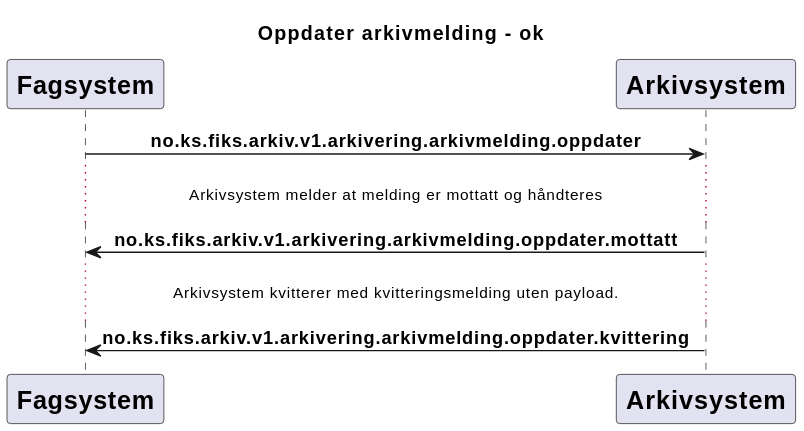
Above: Dokumentasjon/V1/Meldinger/no.ks.fiks.arkiv.v1.arkivering.arkivmelding.oppdater/arkivmelding-oppdater-ok.svg in ks-no/fiks-arkiv-specification (PlantUML), before the change.
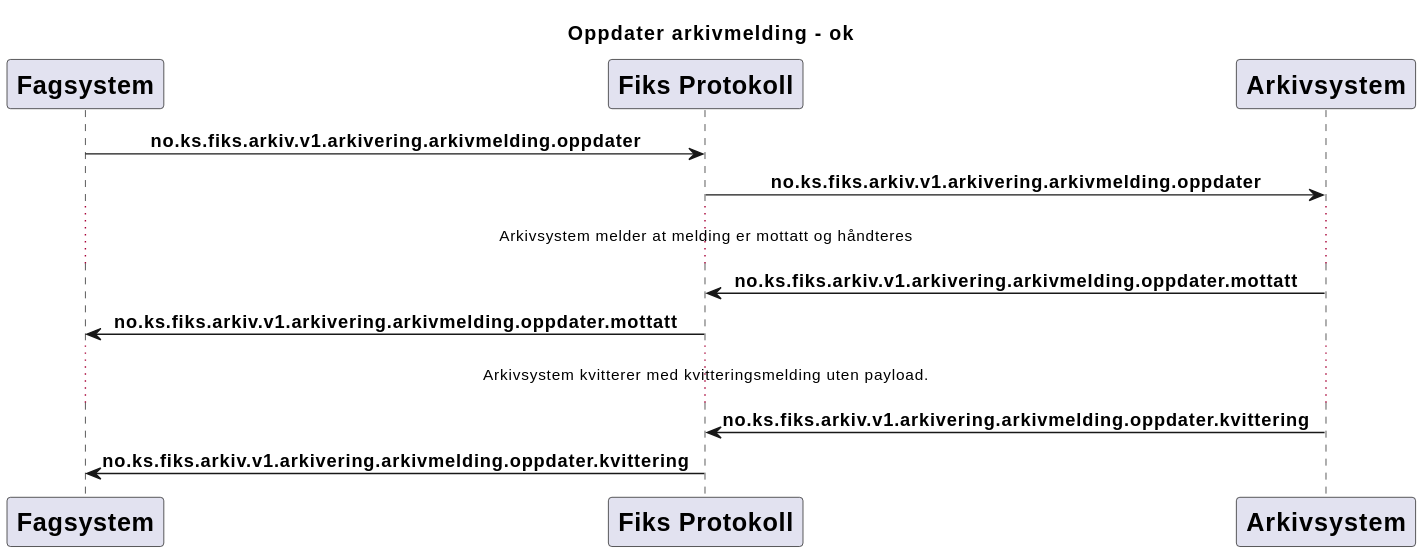
The same diagram one commit later.

The edit, as a diff of the source:
```diff
@@ -6,13 +6,19 @@
 participant Fagsystem [
     = Fagsystem
 ]
+participant FiksProtokoll [
+    = Fiks Protokoll
+]
 participant Arkivsystem [
     = Arkivsystem
 ]
 
-Fagsystem -> Arkivsystem : **no.ks.fiks.arkiv.v1.arkivering.arkivmelding.oppdater**
+Fagsystem -> FiksProtokoll : **no.ks.fiks.arkiv.v1.arkivering.arkivmelding.oppdater**
+FiksProtokoll -> Arkivsystem : **no.ks.fiks.arkiv.v1.arkivering.arkivmelding.oppdater**
 ...Arkivsystem melder at melding er mottatt og håndteres...
-Arkivsystem -> Fagsystem : **no.ks.fiks.arkiv.v1.arkivering.arkivmelding.oppdater.mottatt**
+Arkivsystem -> FiksProtokoll : **no.ks.fiks.arkiv.v1.arkivering.arkivmelding.oppdater.mottatt**
+FiksProtokoll -> Fagsystem : **no.ks.fiks.arkiv.v1.arkivering.arkivmelding.oppdater.mottatt**
 ...Arkivsystem kvitterer med kvitteringsmelding uten payload....
-Arkivsystem -> Fagsystem : **no.ks.fiks.arkiv.v1.arkivering.arkivmelding.oppdater.kvittering**
+Arkivsystem -> FiksProtokoll : **no.ks.fiks.arkiv.v1.arkivering.arkivmelding.oppdater.kvittering**
+FiksProtokoll -> Fagsystem : **no.ks.fiks.arkiv.v1.arkivering.arkivmelding.oppdater.kvittering**
 @enduml
```
